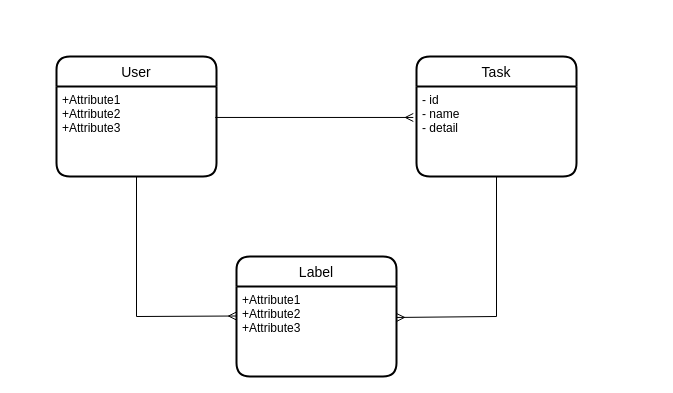
KajiyamaYuuki/manyo_task keeps this draw.io diagram as docs/er.dio. Above is the earlier version. Source tidied: cells renumbered, new cells numbered last; positions are measured from the earlier drawing's top-left corner, leaving out a move shared by most shapes. Both pictures are drawn from the tidied source at 100%, with x=0, y=0 at pixel (56, 56).
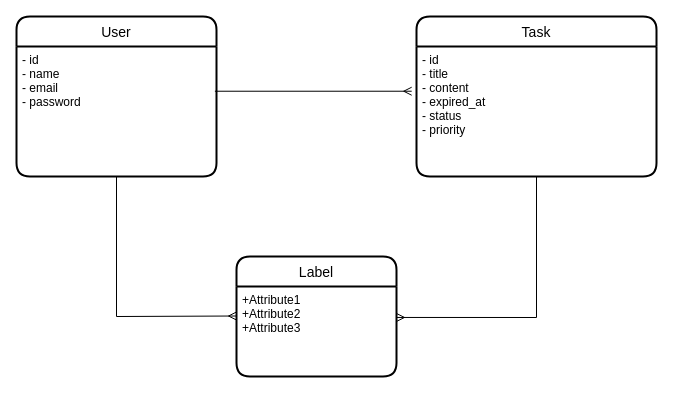
Above is the later version.

What changed in the source:
```diff
@@
 <mxGraphModel>
   <root>
     <mxCell id="0" />
     <mxCell id="1" parent="0" />
     <mxCell id="2" value="User" style="swimlane;horizontal=1;startSize=30;rounded=1;fontSize=14;fontStyle=0;strokeWidth=2;shadow=0;dashed=0;align=center;" parent="1" vertex="1">
-      <mxGeometry width="160" height="120" as="geometry" />
+      <mxGeometry x="-40" y="-40" width="200" height="160" as="geometry" />
     </mxCell>
-    <mxCell id="3" value="+Attribute1&#10;+Attribute2&#10;+Attribute3" style="align=left;strokeColor=none;fillColor=none;spacingLeft=4;fontSize=12;verticalAlign=top;" parent="2" vertex="1">
-      <mxGeometry y="30" width="160" height="90" as="geometry" />
+    <mxCell id="3" value="- id&#10;- name&#10;- email&#10;- password" style="align=left;strokeColor=none;fillColor=none;spacingLeft=4;fontSize=12;verticalAlign=top;" parent="2" vertex="1">
+      <mxGeometry y="30" width="200" height="130" as="geometry" />
     </mxCell>
     <mxCell id="4" value="Task" style="swimlane;horizontal=1;startSize=30;rounded=1;fontSize=14;fontStyle=0;strokeWidth=2;shadow=0;dashed=0;align=center;" parent="1" vertex="1">
-      <mxGeometry x="360" width="160" height="120" as="geometry" />
+      <mxGeometry x="360" y="-40" width="240" height="160" as="geometry" />
     </mxCell>
-    <mxCell id="5" value="- id&#10;- name&#10;- detail" style="align=left;strokeColor=none;fillColor=none;spacingLeft=4;fontSize=12;verticalAlign=top;" parent="4" vertex="1">
-      <mxGeometry y="30" width="160" height="90" as="geometry" />
+    <mxCell id="5" value="- id&#10;- title&#10;- content&#10;- expired_at&#10;- status&#10;- priority" style="align=left;strokeColor=none;fillColor=none;spacingLeft=4;fontSize=12;verticalAlign=top;" parent="4" vertex="1">
+      <mxGeometry y="30" width="240" height="130" as="geometry" />
     </mxCell>
     <mxCell id="6" value="Label" style="swimlane;horizontal=1;startSize=30;rounded=1;fontSize=14;fontStyle=0;strokeWidth=2;shadow=0;dashed=0;align=center;" parent="1" vertex="1">
       <mxGeometry x="180" y="200" width="160" height="120" as="geometry" />
     </mxCell>
     <mxCell id="7" value="+Attribute1&#10;+Attribute2&#10;+Attribute3" style="align=left;strokeColor=none;fillColor=none;spacingLeft=4;fontSize=12;verticalAlign=top;" parent="6" vertex="1">
       <mxGeometry y="30" width="160" height="90" as="geometry" />
     </mxCell>
     <mxCell id="8" style="endArrow=ERmany;html=1;rounded=0;exitX=0.992;exitY=0.344;exitDx=0;exitDy=0;exitPerimeter=0;entryX=-0.02;entryY=0.344;entryDx=0;entryDy=0;entryPerimeter=0;endFill=0;" parent="1" edge="1" source="3" target="5">
       <mxGeometry relative="1" as="geometry" />
     </mxCell>
     <mxCell id="9" style="endArrow=ERmany;html=1;rounded=0;exitX=0.5;exitY=1;exitDx=0;exitDy=0;entryX=-0.02;entryY=0.344;entryDx=0;entryDy=0;entryPerimeter=0;endFill=0;" parent="1" edge="1" source="3">
       <mxGeometry relative="1" as="geometry">
         <mxPoint x="180" y="259.5" as="targetPoint" />
         <Array as="points">
-          <mxPoint x="80" y="260" />
+          <mxPoint x="60" y="260" />
         </Array>
       </mxGeometry>
     </mxCell>
-    <mxCell id="10" style="endArrow=ERmany;html=1;rounded=0;exitX=0.5;exitY=1;exitDx=0;exitDy=0;entryX=1;entryY=0.344;entryDx=0;entryDy=0;endFill=0;entryPerimeter=0;" parent="1" edge="1" target="7">
+    <mxCell id="10" style="endArrow=ERmany;html=1;rounded=0;exitX=0.5;exitY=1;exitDx=0;exitDy=0;entryX=1;entryY=0.344;entryDx=0;entryDy=0;endFill=0;entryPerimeter=0;" parent="1" edge="1" source="5" target="7">
       <mxGeometry relative="1" as="geometry">
-        <mxPoint x="440" y="120" as="sourcePoint" />
         <Array as="points">
-          <mxPoint x="440" y="260" />
+          <mxPoint x="480" y="261" />
         </Array>
       </mxGeometry>
     </mxCell>
   </root>
 </mxGraphModel>
```
